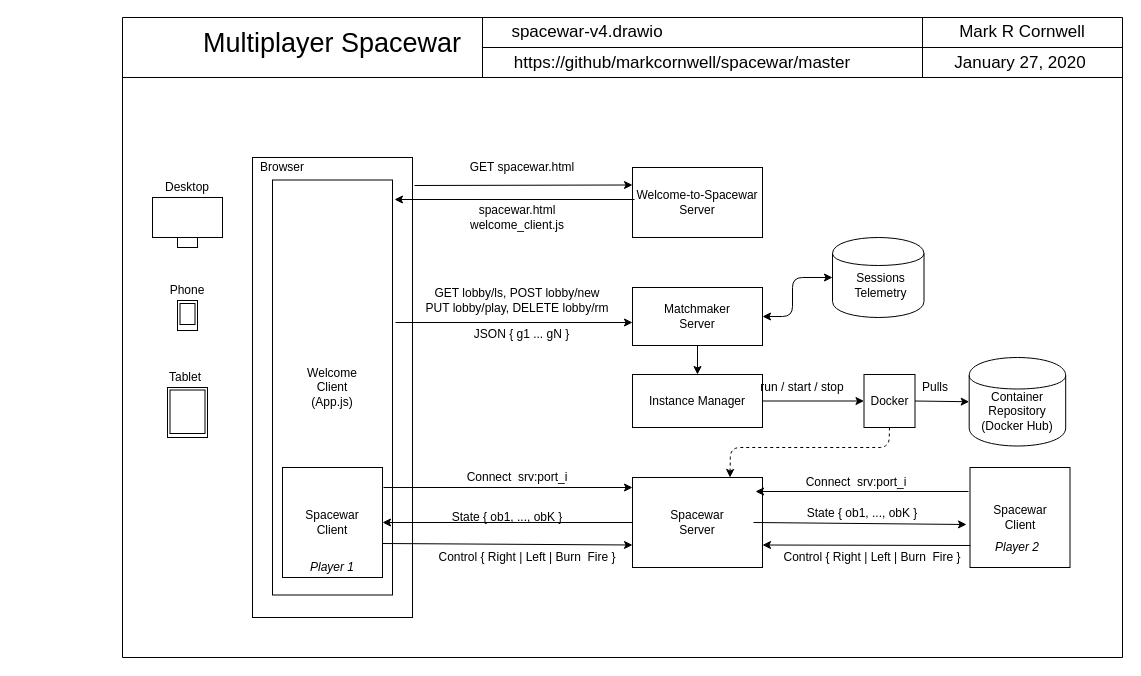
Before: page "Page-1" (1 of 2) of doc/spacewar-v4.drawio in markcornwell/spacewar, a draw.io diagram. Source tidied: cells renumbered, new cells numbered last; positions are measured from the earlier drawing's top-left corner, leaving out a move shared by most shapes. Both pictures are drawn from the tidied source at 100%, with x=0, y=0 at pixel (17, 17).
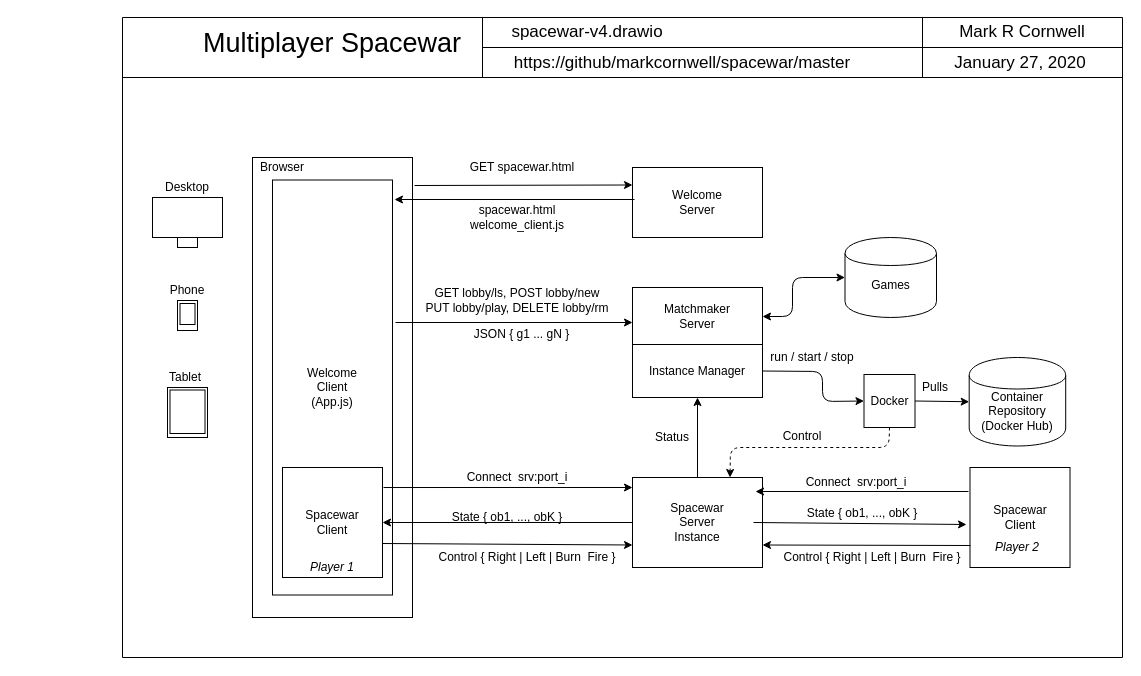
Above is the later version.

The change refers to these unchanged cells:
```xml
<mxCell id="62" value="Docker" style="rounded=0;whiteSpace=wrap;html=1;" parent="1" vertex="1">
  <mxGeometry x="846.5" y="357" width="51" height="53" as="geometry" />
</mxCell>
```

The edit, as a diff of the source:
```diff
@@
-    <mxCell id="11" value="Welcome-to-Spacewar&lt;br&gt;Server" style="rounded=0;whiteSpace=wrap;html=1;" parent="1" vertex="1">
+    <mxCell id="11" value="Welcome&lt;br&gt;Server" style="rounded=0;whiteSpace=wrap;html=1;" parent="1" vertex="1">
       <mxGeometry x="615" y="150" width="130" height="70" as="geometry" />
     </mxCell>
@@
-    <mxCell id="14" value="Spacewar&lt;br&gt;Server" style="rounded=0;whiteSpace=wrap;html=1;" parent="1" vertex="1">
+    <mxCell id="14" value="Spacewar&lt;br&gt;Server&lt;br&gt;Instance" style="rounded=0;whiteSpace=wrap;html=1;" parent="1" vertex="1">
       <mxGeometry x="615" y="460" width="130" height="90" as="geometry" />
     </mxCell>
     <mxCell id="15" value="Instance Manager" style="rounded=0;whiteSpace=wrap;html=1;" parent="1" vertex="1">
-      <mxGeometry x="615" y="357" width="130" height="53" as="geometry" />
+      <mxGeometry x="615" y="327" width="130" height="53" as="geometry" />
     </mxCell>
     <mxCell id="16" style="endArrow=classic;html=1;exitX=1;exitY=0.5;exitDx=0;exitDy=0;entryX=0;entryY=0.5;entryDx=0;entryDy=0;" parent="1" edge="1" source="15" target="62">
-      <mxGeometry relative="1" as="geometry" />
+      <mxGeometry relative="1" as="geometry">
+        <Array as="points">
+          <mxPoint x="805" y="354" />
+          <mxPoint x="805" y="384" />
+        </Array>
+      </mxGeometry>
     </mxCell>
     <mxCell id="17" style="shape=cylinder;whiteSpace=wrap;html=1;boundedLbl=1;backgroundOutline=1;" parent="1" vertex="1">
-      <mxGeometry x="815" y="220" width="91.5" height="80" as="geometry" />
+      <mxGeometry x="827.5" y="220" width="91.5" height="80" as="geometry" />
     </mxCell>
-    <mxCell id="18" value="Sessions&lt;br&gt;Telemetry" style="text;html=1;align=center;verticalAlign=middle;" parent="1" vertex="1">
-      <mxGeometry x="827.5" y="253" width="70" height="30" as="geometry" />
+    <mxCell id="18" value="Games" style="text;html=1;align=center;verticalAlign=middle;" parent="1" vertex="1">
+      <mxGeometry x="848.3" y="258" width="50" height="20" as="geometry" />
     </mxCell>
@@
     <mxCell id="65" value="run / start / stop" style="text;html=1;strokeColor=none;fillColor=none;align=center;verticalAlign=middle;whiteSpace=wrap;rounded=0;" parent="1" vertex="1">
-      <mxGeometry x="735" y="360" width="100" height="20" as="geometry" />
+      <mxGeometry x="745" y="330" width="100" height="20" as="geometry" />
     </mxCell>
+    <mxCell id="66" style="endArrow=classic;html=1;entryX=0.5;entryY=1;entryDx=0;entryDy=0;exitX=0.5;exitY=0;exitDx=0;exitDy=0;" parent="1" edge="1" source="14" target="15">
+      <mxGeometry relative="1" as="geometry" />
+    </mxCell>
+    <mxCell id="67" value="Status" style="text;html=1;strokeColor=none;fillColor=none;align=center;verticalAlign=middle;whiteSpace=wrap;rounded=0;" parent="1" vertex="1">
+      <mxGeometry x="635" y="410" width="40" height="20" as="geometry" />
+    </mxCell>
+    <mxCell id="68" value="Control" style="text;html=1;strokeColor=none;fillColor=none;align=center;verticalAlign=middle;whiteSpace=wrap;rounded=0;" parent="1" vertex="1">
+      <mxGeometry x="765" y="408.5" width="40" height="20" as="geometry" />
+    </mxCell>
```
